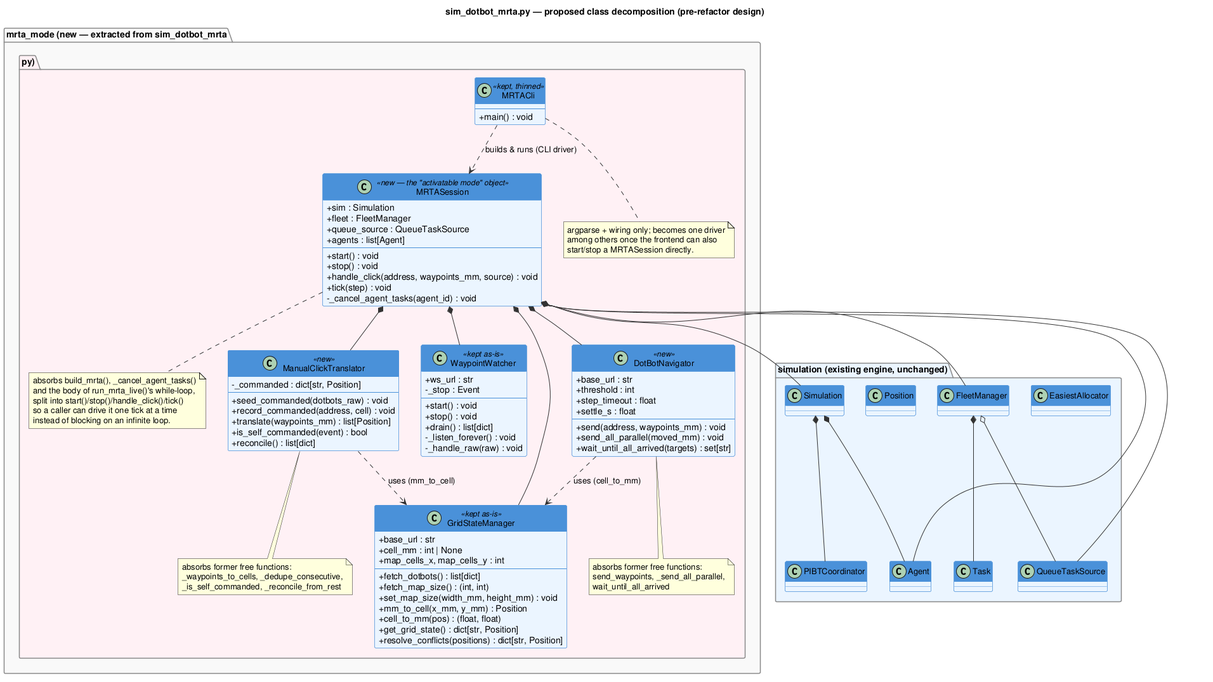
Before: diagrammes/sim_dotbot_mrta_class_diagram.png, a diagram exported from PlantUML (DotBots/dotbot-logistics).
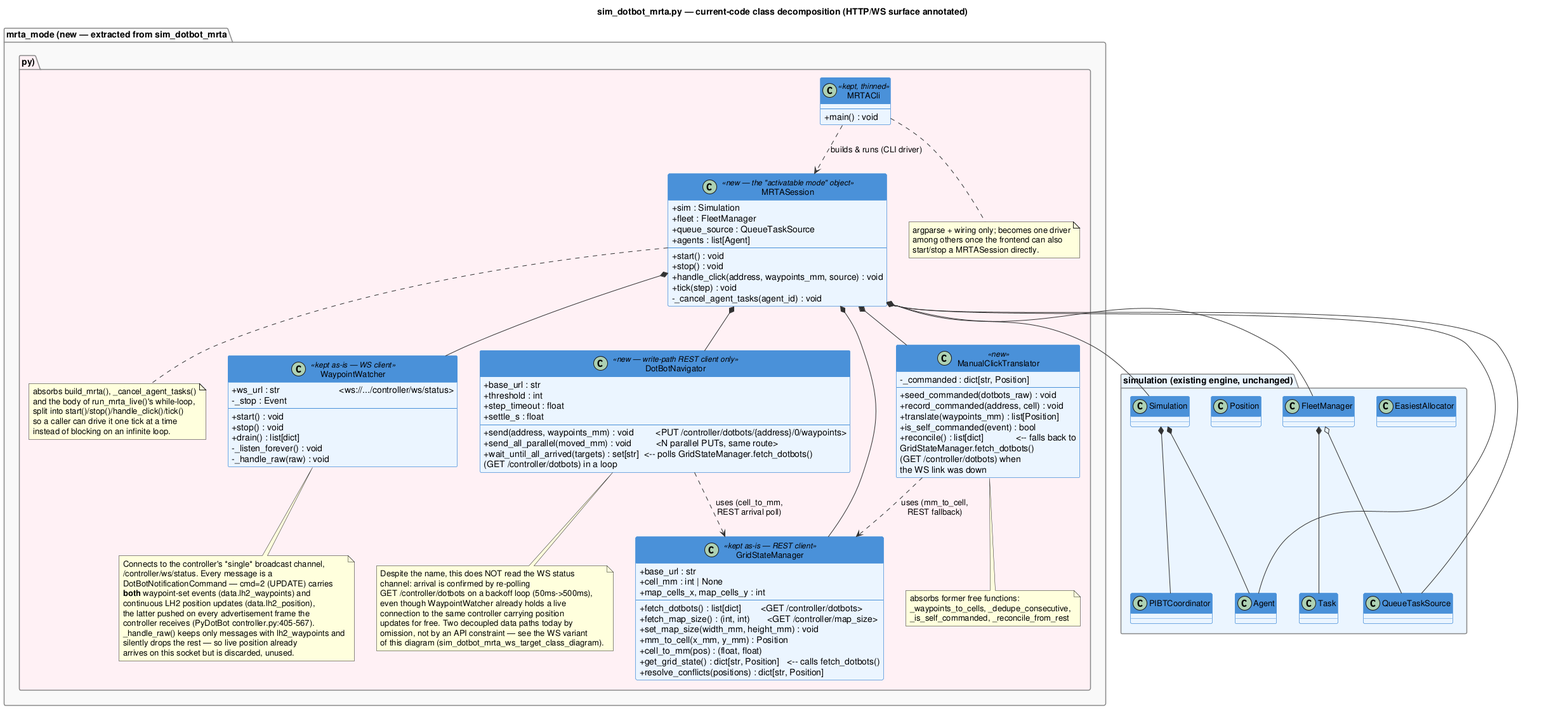
Above is the later version.

Commit message:
docs(diagrammes): correct HTTP/WS annotations on the MRTA class decomposition

Diff of the diagram source:
```diff
@@ -1,6 +1,6 @@
 @startuml sim_dotbot_mrta_class_diagram
 
-title sim_dotbot_mrta.py — proposed class decomposition (pre-refactor design)
+title sim_dotbot_mrta.py — current-code class decomposition (HTTP/WS surface annotated)
 
 skinparam classAttributeIconSize 0
 skinparam classFontSize 13
@@ -14,22 +14,22 @@
 
 package "mrta_mode (new — extracted from sim_dotbot_mrta.py)" #FFF0F5 {
 
-    class GridStateManager <<kept as-is>> {
+    class GridStateManager <<kept as-is — REST client>> {
         + base_url : str
         + cell_mm : int | None
         + map_cells_x, map_cells_y : int
         --
-        + fetch_dotbots() : list[dict]
-        + fetch_map_size() : (int, int)
+        + fetch_dotbots() : list[dict]        <GET /controller/dotbots>
+        + fetch_map_size() : (int, int)       <GET /controller/map_size>
         + set_map_size(width_mm, height_mm) : void
         + mm_to_cell(x_mm, y_mm) : Position
         + cell_to_mm(pos) : (float, float)
-        + get_grid_state() : dict[str, Position]
+        + get_grid_state() : dict[str, Position]   <-- calls fetch_dotbots()
         + resolve_conflicts(positions) : dict[str, Position]
     }
 
-    class WaypointWatcher <<kept as-is>> {
-        + ws_url : str
+    class WaypointWatcher <<kept as-is — WS client>> {
+        + ws_url : str                        <ws://.../controller/ws/status>
         - _stop : Event
         --
         + start() : void
@@ -38,6 +38,18 @@
         - _listen_forever() : void
         - _handle_raw(raw) : void
     }
+    note bottom of WaypointWatcher
+      Connects to the controller's *single* broadcast channel,
+      /controller/ws/status. Every message is a
+      DotBotNotificationCommand — cmd=2 (UPDATE) carries
+      **both** waypoint-set events (data.lh2_waypoints) and
+      continuous LH2 position updates (data.lh2_position),
+      the latter pushed on every advertisement frame the
+      controller receives (PyDotBot controller.py:405-567).
+      _handle_raw() keeps only messages with lh2_waypoints and
+      silently drops the rest — so live position already
+      arrives on this socket but is discarded, unused.
+    end note
 
     class ManualClickTranslator <<new>> {
         - _commanded : dict[str, Position]
@@ -46,7 +58,10 @@
         + record_commanded(address, cell) : void
         + translate(waypoints_mm) : list[Position]
         + is_self_commanded(event) : bool
-        + reconcile() : list[dict]
+        + reconcile() : list[dict]             <-- falls back to
+                                                    GridStateManager.fetch_dotbots()
+                                                    (GET /controller/dotbots) when
+                                                    the WS link was down
     }
     note bottom of ManualClickTranslator
       absorbs former free functions:
@@ -54,20 +69,26 @@
       _is_self_commanded, _reconcile_from_rest
     end note
 
-    class DotBotNavigator <<new>> {
+    class DotBotNavigator <<new — write-path REST client only>> {
         + base_url : str
         + threshold : int
         + step_timeout : float
         + settle_s : float
         --
-        + send(address, waypoints_mm) : void
-        + send_all_parallel(moved_mm) : void
-        + wait_until_all_arrived(targets) : set[str]
+        + send(address, waypoints_mm) : void         <PUT /controller/dotbots/{address}/0/waypoints>
+        + send_all_parallel(moved_mm) : void          <N parallel PUTs, same route>
+        + wait_until_all_arrived(targets) : set[str]  <-- polls GridStateManager.fetch_dotbots()
+                                                           (GET /controller/dotbots) in a loop
     }
     note bottom of DotBotNavigator
-      absorbs former free functions:
-      send_waypoints, _send_all_parallel,
-      wait_until_all_arrived
+      Despite the name, this does NOT read the WS status
+      channel: arrival is confirmed by re-polling
+      GET /controller/dotbots on a backoff loop (50ms->500ms),
+      even though WaypointWatcher already holds a live
+      connection to the same controller carrying position
+      updates for free. Two decoupled data paths today by
+      omission, not by an API constraint — see the WS variant
+      of this diagram (sim_dotbot_mrta_ws_target_class_diagram).
     end note
 
     class MRTASession <<new — the "activatable mode" object>> {
@@ -121,8 +142,8 @@
 MRTASession *-- QueueTaskSource
 MRTASession o-- Agent
 
-ManualClickTranslator ..> GridStateManager : uses (mm_to_cell)
-DotBotNavigator ..> GridStateManager : uses (cell_to_mm)
+ManualClickTranslator ..> GridStateManager : uses (mm_to_cell,\nREST fallback)
+DotBotNavigator ..> GridStateManager : uses (cell_to_mm,\nREST arrival poll)
 
 FleetManager o-- QueueTaskSource
 FleetManager *-- Task
```
